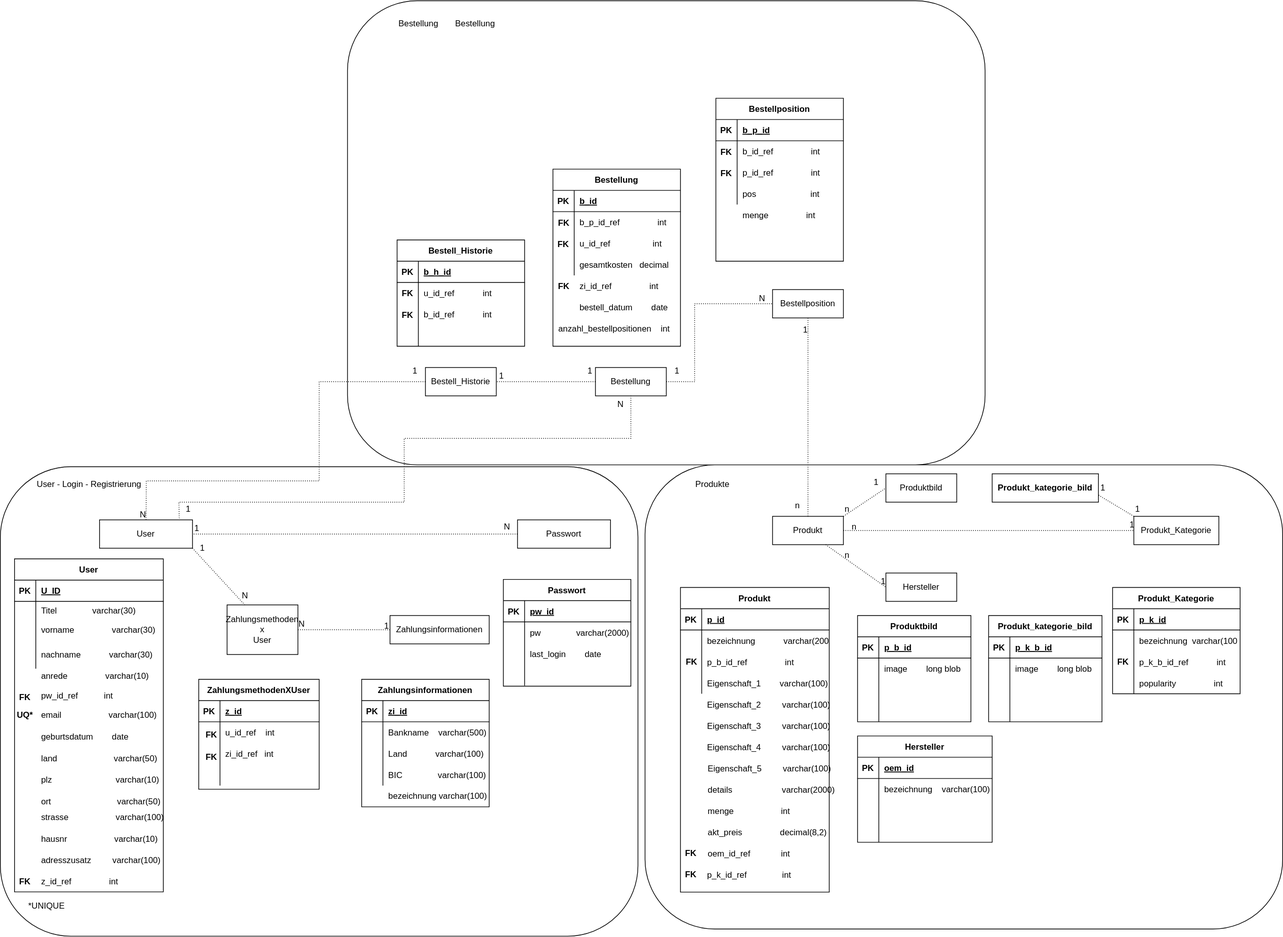
The draw.io diagram sql/ER-Modell.drawio.svg in Projektarbeiten/ProjectPlatypus, before a commit. Source tidied: cells renumbered, new cells last; positions are measured from the earlier drawing's top-left corner, leaving out a move shared by most shapes.
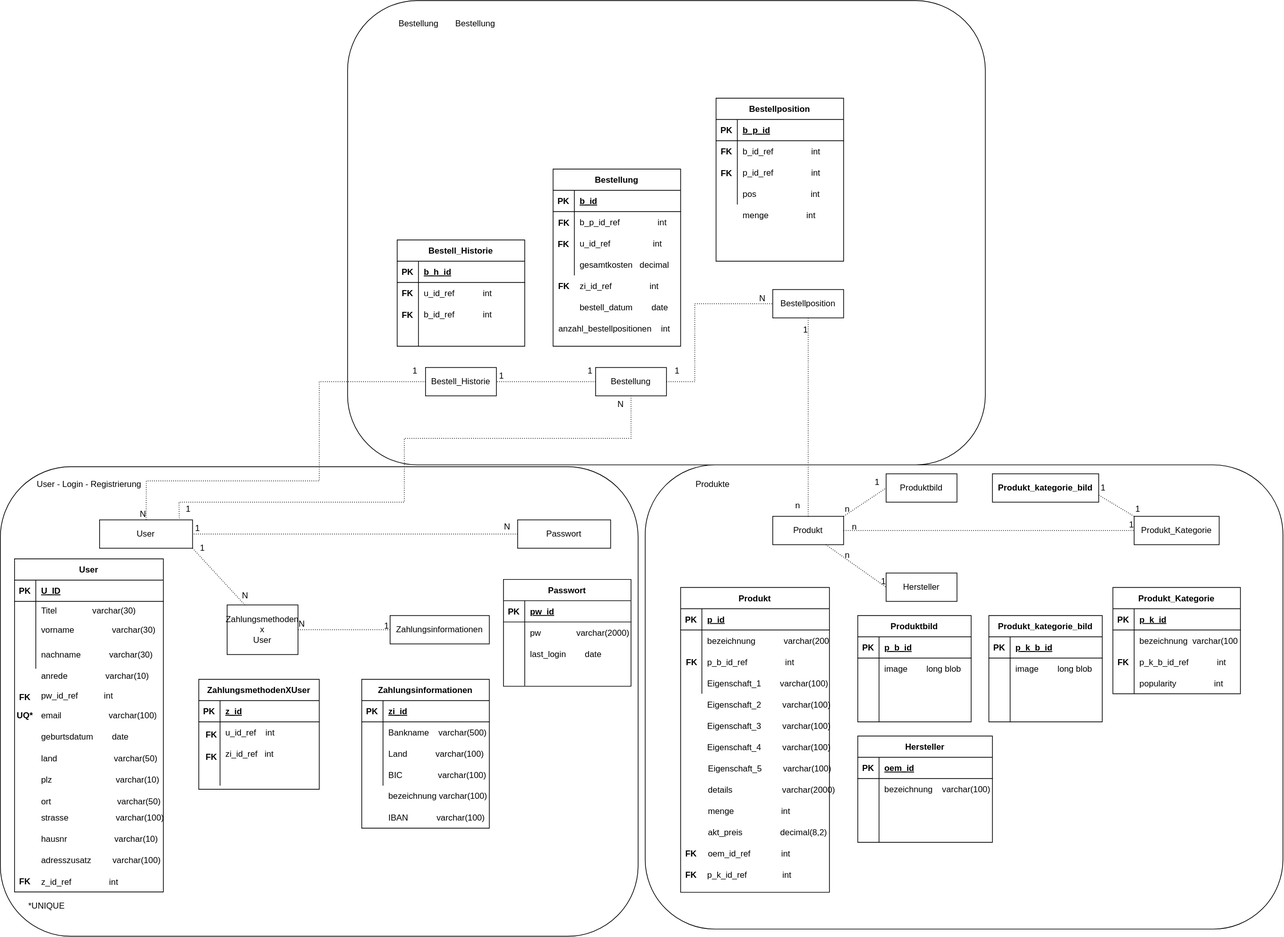
The same diagram one commit later.

Change to the diagram source:
```diff
@@ -239,7 +239,7 @@
       <mxGeometry y="93.7" width="36.4" height="31.4" as="geometry" />
     </mxCell>
     <mxCell id="78" value="Zahlungsinformationen" style="shape=table;startSize=30;rowLines=0;fontStyle=1;align=center;" parent="1" vertex="1">
-      <mxGeometry x="510" y="958" width="180" height="180" as="geometry" />
+      <mxGeometry x="510" y="958" width="180" height="210" as="geometry" />
     </mxCell>
     <mxCell id="79" style="shape=tableRow;horizontal=0;startSize=0;swimlaneHead=0;swimlaneBody=0;fillColor=none;top=0;left=0;right=0;bottom=1;" parent="78" vertex="1">
       <mxGeometry y="30" width="180" height="30" as="geometry" />
@@ -806,5 +806,14 @@
     <mxCell id="256" value="Bestellung" style="text;html=1;align=center;verticalAlign=middle;strokeColor=none;fillColor=none;" parent="1" vertex="1">
       <mxGeometry x="630" y="18" width="80" height="30" as="geometry" />
     </mxCell>
+    <mxCell id="257" style="shape=tableRow;horizontal=0;startSize=0;swimlaneHead=0;swimlaneBody=0;fillColor=none;top=0;left=0;right=0;bottom=0;" parent="1" vertex="1">
+      <mxGeometry x="510" y="1138" width="180" height="30" as="geometry" />
+    </mxCell>
+    <mxCell id="258" style="shape=partialRectangle;fillColor=none;top=0;left=0;bottom=0;right=0;overflow=hidden;" parent="257" vertex="1">
+      <mxGeometry width="30" height="30" as="geometry" />
+    </mxCell>
+    <mxCell id="259" value="IBAN            varchar(100)" style="shape=partialRectangle;fillColor=none;top=0;left=0;bottom=0;right=0;align=left;spacingLeft=6;overflow=hidden;" parent="257" vertex="1">
+      <mxGeometry x="30" width="150" height="30" as="geometry" />
+    </mxCell>
   </root>
 </mxGraphModel>
```
